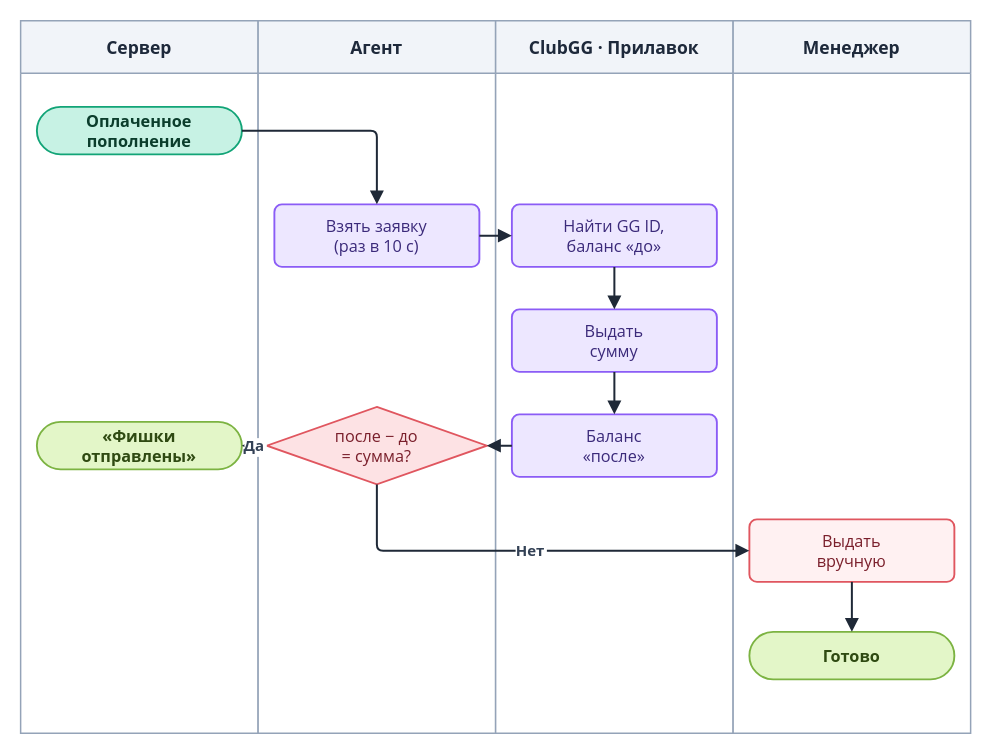
Before: diagrams/drawio/agent.drawio in LILSUFFER/zerake-docs, a draw.io diagram. Source tidied: cells renumbered, new cells numbered last; positions are measured from the earlier drawing's top-left corner, leaving out a move shared by most shapes. Both pictures are drawn from the tidied source at 125%, with x=0, y=0 at pixel (20, 20).
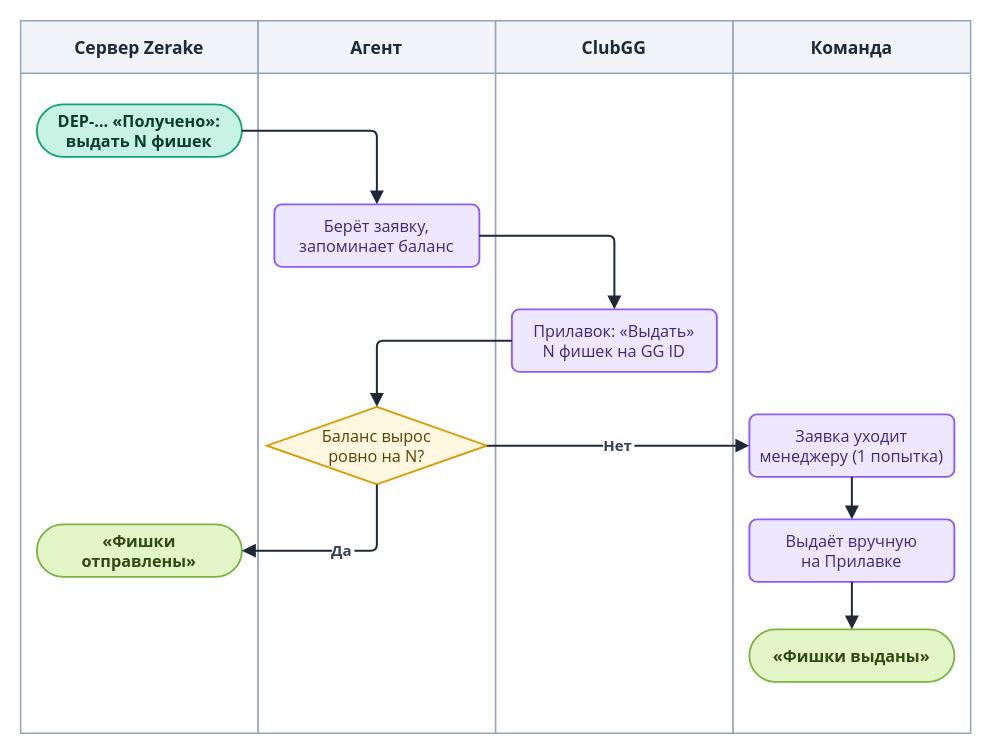
The same diagram, later.

Diff of the diagram source:
```diff
@@
-    <mxCell id="2" value="Сервер" style="swimlane;horizontal=1;startSize=42;fillColor=#F1F4F9;swimlaneFillColor=#FFFFFF;strokeColor=#94A3B8;fontColor=#1E293B;fontStyle=1;fontSize=14;fontFamily=Segoe UI;strokeWidth=1.2;" parent="1" vertex="1">
+    <mxCell id="2" value="Сервер Zerake" style="swimlane;horizontal=1;startSize=42;fillColor=#F1F4F9;swimlaneFillColor=#FFFFFF;strokeColor=#94A3B8;fontColor=#1E293B;fontStyle=1;fontSize=14;fontFamily=Segoe UI;strokeWidth=1.2;" parent="1" vertex="1">
       <mxGeometry width="190" height="570" as="geometry" />
     </mxCell>
@@
-    <mxCell id="4" value="ClubGG · Прилавок" style="swimlane;horizontal=1;startSize=42;fillColor=#F1F4F9;swimlaneFillColor=#FFFFFF;strokeColor=#94A3B8;fontColor=#1E293B;fontStyle=1;fontSize=14;fontFamily=Segoe UI;strokeWidth=1.2;" parent="1" vertex="1">
+    <mxCell id="4" value="ClubGG" style="swimlane;horizontal=1;startSize=42;fillColor=#F1F4F9;swimlaneFillColor=#FFFFFF;strokeColor=#94A3B8;fontColor=#1E293B;fontStyle=1;fontSize=14;fontFamily=Segoe UI;strokeWidth=1.2;" parent="1" vertex="1">
       <mxGeometry x="380" width="190" height="570" as="geometry" />
     </mxCell>
-    <mxCell id="5" value="Менеджер" style="swimlane;horizontal=1;startSize=42;fillColor=#F1F4F9;swimlaneFillColor=#FFFFFF;strokeColor=#94A3B8;fontColor=#1E293B;fontStyle=1;fontSize=14;fontFamily=Segoe UI;strokeWidth=1.2;" parent="1" vertex="1">
+    <mxCell id="5" value="Команда" style="swimlane;horizontal=1;startSize=42;fillColor=#F1F4F9;swimlaneFillColor=#FFFFFF;strokeColor=#94A3B8;fontColor=#1E293B;fontStyle=1;fontSize=14;fontFamily=Segoe UI;strokeWidth=1.2;" parent="1" vertex="1">
       <mxGeometry x="570" width="190" height="570" as="geometry" />
     </mxCell>
-    <mxCell id="6" value="Оплаченное&#10;пополнение" style="rounded=1;arcSize=50;html=0;fillColor=#C7F2E4;strokeColor=#12A477;fontColor=#0B3D2C;fontStyle=1;fontFamily=Segoe UI;fontSize=13;strokeWidth=1.5;" parent="1" vertex="1">
-      <mxGeometry x="13" y="69" width="164" height="38" as="geometry" />
+    <mxCell id="6" value="DEP-… «Получено»:&#10;выдать N фишек" style="rounded=1;arcSize=50;html=0;fontStyle=1;fillColor=#C7F2E4;strokeColor=#12A477;fontColor=#0B3D2C;fontFamily=Segoe UI;fontSize=13;strokeWidth=1.5;" parent="1" vertex="1">
+      <mxGeometry x="13" y="67" width="164" height="42" as="geometry" />
     </mxCell>
-    <mxCell id="7" value="Взять заявку&#10;(раз в 10 с)" style="rounded=1;arcSize=12;html=0;fillColor=#EDE7FF;strokeColor=#8B5CF6;fontColor=#3B2A7A;fontFamily=Segoe UI;fontSize=13;strokeWidth=1.5;" parent="1" vertex="1">
+    <mxCell id="7" value="Берёт заявку,&#10;запоминает баланс" style="rounded=1;arcSize=12;html=0;fillColor=#EDE7FF;strokeColor=#8B5CF6;fontColor=#3B2A7A;fontFamily=Segoe UI;fontSize=13;strokeWidth=1.5;" parent="1" vertex="1">
       <mxGeometry x="203" y="147" width="164" height="50" as="geometry" />
     </mxCell>
-    <mxCell id="8" value="Найти GG ID,&#10;баланс «до»" style="rounded=1;arcSize=12;html=0;fillColor=#EDE7FF;strokeColor=#8B5CF6;fontColor=#3B2A7A;fontFamily=Segoe UI;fontSize=13;strokeWidth=1.5;" parent="1" vertex="1">
-      <mxGeometry x="393" y="147" width="164" height="50" as="geometry" />
-    </mxCell>
-    <mxCell id="9" value="Выдать&#10;сумму" style="rounded=1;arcSize=12;html=0;fillColor=#EDE7FF;strokeColor=#8B5CF6;fontColor=#3B2A7A;fontFamily=Segoe UI;fontSize=13;strokeWidth=1.5;" parent="1" vertex="1">
+    <mxCell id="9" value="Прилавок: «Выдать»&#10;N фишек на GG ID" style="rounded=1;arcSize=12;html=0;fillColor=#EDE7FF;strokeColor=#8B5CF6;fontColor=#3B2A7A;fontFamily=Segoe UI;fontSize=13;strokeWidth=1.5;" parent="1" vertex="1">
       <mxGeometry x="393" y="231" width="164" height="50" as="geometry" />
     </mxCell>
-    <mxCell id="10" value="Баланс&#10;«после»" style="rounded=1;arcSize=12;html=0;fillColor=#EDE7FF;strokeColor=#8B5CF6;fontColor=#3B2A7A;fontFamily=Segoe UI;fontSize=13;strokeWidth=1.5;" parent="1" vertex="1">
-      <mxGeometry x="393" y="315" width="164" height="50" as="geometry" />
-    </mxCell>
-    <mxCell id="11" value="после − до&#10;= сумма?" style="rhombus;html=0;fillColor=#FDE2E4;strokeColor=#E0565F;fontColor=#7A1F2B;fontFamily=Segoe UI;fontSize=13;strokeWidth=1.5;" parent="1" vertex="1">
+    <mxCell id="11" value="Баланс вырос&#10;ровно на N?" style="rhombus;html=0;fillColor=#FFF7E0;strokeColor=#D99A00;fontColor=#5C4100;fontFamily=Segoe UI;fontSize=13;strokeWidth=1.5;" parent="1" vertex="1">
       <mxGeometry x="197" y="309" width="176" height="62" as="geometry" />
     </mxCell>
+    <mxCell id="13" value="Заявка уходит&#10;менеджеру (1 попытка)" style="rounded=1;arcSize=12;html=0;fillColor=#EDE7FF;strokeColor=#8B5CF6;fontColor=#3B2A7A;fontFamily=Segoe UI;fontSize=13;strokeWidth=1.5;" parent="1" vertex="1">
+      <mxGeometry x="583" y="315" width="164" height="50" as="geometry" />
+    </mxCell>
-    <mxCell id="12" value="«Фишки&#10;отправлены»" style="rounded=1;arcSize=50;html=0;fillColor=#E3F6C8;strokeColor=#7CB342;fontColor=#2F4A12;fontStyle=1;fontFamily=Segoe UI;fontSize=13;strokeWidth=1.5;" parent="1" vertex="1">
-      <mxGeometry x="13" y="321" width="164" height="38" as="geometry" />
+    <mxCell id="12" value="«Фишки&#10;отправлены»" style="rounded=1;arcSize=50;html=0;fontStyle=1;fillColor=#E3F6C8;strokeColor=#7CB342;fontColor=#2F4A12;fontFamily=Segoe UI;fontSize=13;strokeWidth=1.5;" parent="1" vertex="1">
+      <mxGeometry x="13" y="403" width="164" height="42" as="geometry" />
     </mxCell>
-    <mxCell id="13" value="Выдать&#10;вручную" style="rounded=1;arcSize=12;html=0;fillColor=#FFF1F2;strokeColor=#E0565F;fontColor=#7A1F2B;fontFamily=Segoe UI;fontSize=13;strokeWidth=1.5;" parent="1" vertex="1">
-      <mxGeometry x="583" y="399" width="164" height="50" as="geometry" />
-    </mxCell>
+    <mxCell id="23" value="Выдаёт вручную&#10;на Прилавке" style="rounded=1;arcSize=12;html=0;fillColor=#EDE7FF;strokeColor=#8B5CF6;fontColor=#3B2A7A;fontFamily=Segoe UI;fontSize=13;strokeWidth=1.5;" parent="1" vertex="1">
+      <mxGeometry x="583" y="399" width="164" height="50" as="geometry" />
+    </mxCell>
-    <mxCell id="14" value="Готово" style="rounded=1;arcSize=50;html=0;fillColor=#E3F6C8;strokeColor=#7CB342;fontColor=#2F4A12;fontStyle=1;fontFamily=Segoe UI;fontSize=13;strokeWidth=1.5;" parent="1" vertex="1">
-      <mxGeometry x="583" y="489" width="164" height="38" as="geometry" />
+    <mxCell id="14" value="«Фишки выданы»" style="rounded=1;arcSize=50;html=0;fontStyle=1;fillColor=#E3F6C8;strokeColor=#7CB342;fontColor=#2F4A12;fontFamily=Segoe UI;fontSize=13;strokeWidth=1.5;" parent="1" vertex="1">
+      <mxGeometry x="583" y="487" width="164" height="42" as="geometry" />
     </mxCell>
@@
-    <mxCell id="16" style="edgeStyle=orthogonalEdgeStyle;rounded=1;arcSize=10;jettySize=auto;html=0;strokeColor=#1F2937;strokeWidth=1.6;endArrow=block;endFill=1;endSize=7;fontFamily=Segoe UI;fontSize=12;fontStyle=1;fontColor=#334155;labelBackgroundColor=#FFFFFF;" parent="1" edge="1" source="7" target="8">
+    <mxCell id="16" style="edgeStyle=orthogonalEdgeStyle;rounded=1;arcSize=10;jettySize=auto;html=0;strokeColor=#1F2937;strokeWidth=1.6;endArrow=block;endFill=1;endSize=7;fontFamily=Segoe UI;fontSize=12;fontStyle=1;fontColor=#334155;labelBackgroundColor=#FFFFFF;" parent="1" edge="1" source="7" target="9">
       <mxGeometry relative="1" as="geometry" />
     </mxCell>
-    <mxCell id="17" style="edgeStyle=orthogonalEdgeStyle;rounded=1;arcSize=10;jettySize=auto;html=0;strokeColor=#1F2937;strokeWidth=1.6;endArrow=block;endFill=1;endSize=7;fontFamily=Segoe UI;fontSize=12;fontStyle=1;fontColor=#334155;labelBackgroundColor=#FFFFFF;" parent="1" edge="1" source="8" target="9">
+    <mxCell id="17" style="edgeStyle=orthogonalEdgeStyle;rounded=1;arcSize=10;jettySize=auto;html=0;strokeColor=#1F2937;strokeWidth=1.6;endArrow=block;endFill=1;endSize=7;fontFamily=Segoe UI;fontSize=12;fontStyle=1;fontColor=#334155;labelBackgroundColor=#FFFFFF;exitX=0;exitY=0.5;entryX=0.5;entryY=0;" parent="1" edge="1" source="9" target="11">
       <mxGeometry relative="1" as="geometry" />
     </mxCell>
-    <mxCell id="18" style="edgeStyle=orthogonalEdgeStyle;rounded=1;arcSize=10;jettySize=auto;html=0;strokeColor=#1F2937;strokeWidth=1.6;endArrow=block;endFill=1;endSize=7;fontFamily=Segoe UI;fontSize=12;fontStyle=1;fontColor=#334155;labelBackgroundColor=#FFFFFF;" parent="1" edge="1" source="9" target="10">
+    <mxCell id="18" value="Да" style="edgeStyle=orthogonalEdgeStyle;rounded=1;arcSize=10;jettySize=auto;html=0;strokeColor=#1F2937;strokeWidth=1.6;endArrow=block;endFill=1;endSize=7;fontFamily=Segoe UI;fontSize=12;fontStyle=1;fontColor=#334155;labelBackgroundColor=#FFFFFF;exitX=0.5;exitY=1;entryX=1;entryY=0.5;" parent="1" edge="1" source="11" target="12">
       <mxGeometry relative="1" as="geometry" />
     </mxCell>
-    <mxCell id="19" style="edgeStyle=orthogonalEdgeStyle;rounded=1;arcSize=10;jettySize=auto;html=0;strokeColor=#1F2937;strokeWidth=1.6;endArrow=block;endFill=1;endSize=7;fontFamily=Segoe UI;fontSize=12;fontStyle=1;fontColor=#334155;labelBackgroundColor=#FFFFFF;" parent="1" edge="1" source="10" target="11">
+    <mxCell id="19" value="Нет" style="edgeStyle=orthogonalEdgeStyle;rounded=1;arcSize=10;jettySize=auto;html=0;strokeColor=#1F2937;strokeWidth=1.6;endArrow=block;endFill=1;endSize=7;fontFamily=Segoe UI;fontSize=12;fontStyle=1;fontColor=#334155;labelBackgroundColor=#FFFFFF;" parent="1" edge="1" source="11" target="13">
       <mxGeometry relative="1" as="geometry" />
     </mxCell>
-    <mxCell id="20" value="Да" style="edgeStyle=orthogonalEdgeStyle;rounded=1;arcSize=10;jettySize=auto;html=0;strokeColor=#1F2937;strokeWidth=1.6;endArrow=block;endFill=1;endSize=7;fontFamily=Segoe UI;fontSize=12;fontStyle=1;fontColor=#334155;labelBackgroundColor=#FFFFFF;" parent="1" edge="1" source="11" target="12">
+    <mxCell id="20" style="edgeStyle=orthogonalEdgeStyle;rounded=1;arcSize=10;jettySize=auto;html=0;strokeColor=#1F2937;strokeWidth=1.6;endArrow=block;endFill=1;endSize=7;fontFamily=Segoe UI;fontSize=12;fontStyle=1;fontColor=#334155;labelBackgroundColor=#FFFFFF;" parent="1" edge="1" source="13" target="23">
       <mxGeometry relative="1" as="geometry" />
     </mxCell>
-    <mxCell id="21" value="Нет" style="edgeStyle=orthogonalEdgeStyle;rounded=1;arcSize=10;jettySize=auto;html=0;strokeColor=#1F2937;strokeWidth=1.6;endArrow=block;endFill=1;endSize=7;fontFamily=Segoe UI;fontSize=12;fontStyle=1;fontColor=#334155;labelBackgroundColor=#FFFFFF;exitX=0.5;exitY=1;entryX=0;entryY=0.5;" parent="1" edge="1" source="11" target="13">
+    <mxCell id="21" style="edgeStyle=orthogonalEdgeStyle;rounded=1;arcSize=10;jettySize=auto;html=0;strokeColor=#1F2937;strokeWidth=1.6;endArrow=block;endFill=1;endSize=7;fontFamily=Segoe UI;fontSize=12;fontStyle=1;fontColor=#334155;labelBackgroundColor=#FFFFFF;" parent="1" edge="1" source="23" target="14">
       <mxGeometry relative="1" as="geometry" />
     </mxCell>
-    <mxCell id="22" style="edgeStyle=orthogonalEdgeStyle;rounded=1;arcSize=10;jettySize=auto;html=0;strokeColor=#1F2937;strokeWidth=1.6;endArrow=block;endFill=1;endSize=7;fontFamily=Segoe UI;fontSize=12;fontStyle=1;fontColor=#334155;labelBackgroundColor=#FFFFFF;" parent="1" edge="1" source="13" target="14">
-      <mxGeometry relative="1" as="geometry" />
-    </mxCell>
```
